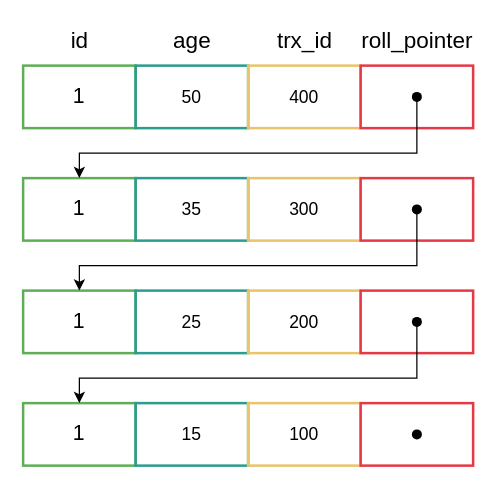
This is page "mysql-mvcc-undolog" (1 of 10) of mysql/mysql.drawio from boilingfrog/Go-POINT, a draw.io file, before an edit. Source tidied: cells renumbered, new cells numbered last; positions are measured from the earlier drawing's top-left corner, leaving out a move shared by most shapes. Both pictures are drawn from the tidied source at 125%, with x=0, y=0 at pixel (22, 21).
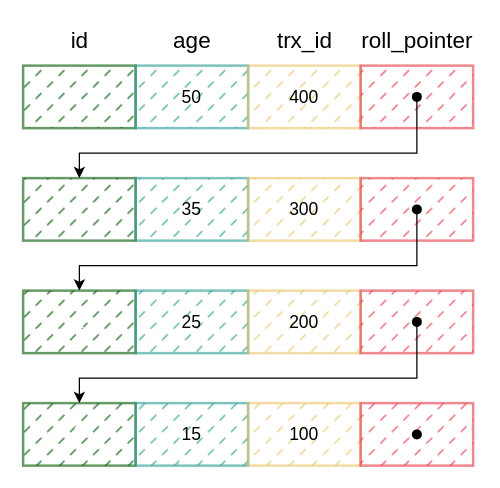
The same page after the edit.

Commit message (it also covers changes not shown here):
feat:MySQL 中的事务理解

Diff of the diagram source:
```diff
@@
-    <mxCell id="2" value="&lt;font style=&quot;font-size: 17px&quot;&gt;1&lt;/font&gt;" style="rounded=0;whiteSpace=wrap;html=1;fillStyle=dashed;fontSize=14;strokeColor=#5FAD56;strokeWidth=2;fillColor=none;" parent="1" vertex="1">
+    <mxCell id="2" value="&lt;font style=&quot;font-size: 17px&quot;&gt;1&lt;/font&gt;" style="rounded=0;whiteSpace=wrap;html=1;fillStyle=dashed;fontSize=14;strokeColor=#005700;strokeWidth=2;fillColor=#005700;fontColor=#ffffff;opacity=60;" parent="1" vertex="1">
       <mxGeometry y="35" width="90" height="50" as="geometry" />
     </mxCell>
-    <mxCell id="3" value="50" style="rounded=0;whiteSpace=wrap;html=1;fillStyle=dashed;fontSize=14;strokeColor=#2A9D8F;strokeWidth=2;fillColor=none;" parent="1" vertex="1">
+    <mxCell id="3" value="50" style="rounded=0;whiteSpace=wrap;html=1;fillStyle=dashed;fontSize=14;strokeColor=#2A9D8F;strokeWidth=2;fillColor=#2A9D8F;opacity=60;" parent="1" vertex="1">
       <mxGeometry x="90" y="35" width="90" height="50" as="geometry" />
     </mxCell>
-    <mxCell id="4" value="400" style="rounded=0;whiteSpace=wrap;html=1;fillStyle=dashed;fontSize=14;strokeColor=#E9C46A;strokeWidth=2;fillColor=none;" parent="1" vertex="1">
+    <mxCell id="4" value="400" style="rounded=0;whiteSpace=wrap;html=1;fillStyle=dashed;fontSize=14;strokeColor=#E9C46A;strokeWidth=2;fillColor=#E9C46A;opacity=60;" parent="1" vertex="1">
       <mxGeometry x="180" y="35" width="90" height="50" as="geometry" />
     </mxCell>
-    <mxCell id="5" style="rounded=0;whiteSpace=wrap;html=1;fillStyle=dashed;fontSize=14;strokeColor=#E63946;strokeWidth=2;fillColor=none;" parent="1" vertex="1">
+    <mxCell id="5" style="rounded=0;whiteSpace=wrap;html=1;fillStyle=dashed;fontSize=14;strokeColor=#E63946;strokeWidth=2;fillColor=#E63946;opacity=60;" parent="1" vertex="1">
       <mxGeometry x="270" y="35" width="90" height="50" as="geometry" />
     </mxCell>
@@
-    <mxCell id="10" value="&lt;font style=&quot;font-size: 17px&quot;&gt;1&lt;/font&gt;" style="rounded=0;whiteSpace=wrap;html=1;fillStyle=dashed;fontSize=14;strokeColor=#5FAD56;strokeWidth=2;fillColor=none;" parent="1" vertex="1">
+    <mxCell id="10" value="&lt;font style=&quot;font-size: 17px&quot;&gt;1&lt;/font&gt;" style="rounded=0;whiteSpace=wrap;html=1;fillStyle=dashed;fontSize=14;strokeColor=#005700;strokeWidth=2;fillColor=#005700;fontColor=#ffffff;opacity=60;" parent="1" vertex="1">
       <mxGeometry y="125" width="90" height="50" as="geometry" />
     </mxCell>
-    <mxCell id="11" value="35" style="rounded=0;whiteSpace=wrap;html=1;fillStyle=dashed;fontSize=14;strokeColor=#2A9D8F;strokeWidth=2;fillColor=none;" parent="1" vertex="1">
+    <mxCell id="11" value="35" style="rounded=0;whiteSpace=wrap;html=1;fillStyle=dashed;fontSize=14;strokeColor=#2A9D8F;strokeWidth=2;fillColor=#2A9D8F;opacity=60;" parent="1" vertex="1">
       <mxGeometry x="90" y="125" width="90" height="50" as="geometry" />
     </mxCell>
-    <mxCell id="12" value="300" style="rounded=0;whiteSpace=wrap;html=1;fillStyle=dashed;fontSize=14;strokeColor=#E9C46A;strokeWidth=2;fillColor=none;" parent="1" vertex="1">
+    <mxCell id="12" value="300" style="rounded=0;whiteSpace=wrap;html=1;fillStyle=dashed;fontSize=14;strokeColor=#E9C46A;strokeWidth=2;fillColor=#E9C46A;opacity=60;" parent="1" vertex="1">
       <mxGeometry x="180" y="125" width="90" height="50" as="geometry" />
     </mxCell>
-    <mxCell id="13" style="rounded=0;whiteSpace=wrap;html=1;fillStyle=dashed;fontSize=14;strokeColor=#E63946;strokeWidth=2;fillColor=none;" parent="1" vertex="1">
+    <mxCell id="13" style="rounded=0;whiteSpace=wrap;html=1;fillStyle=dashed;fontSize=14;strokeColor=#E63946;strokeWidth=2;fillColor=#E63946;opacity=60;" parent="1" vertex="1">
       <mxGeometry x="270" y="125" width="90" height="50" as="geometry" />
     </mxCell>
-    <mxCell id="14" value="&lt;font style=&quot;font-size: 17px&quot;&gt;1&lt;/font&gt;" style="rounded=0;whiteSpace=wrap;html=1;fillStyle=dashed;fontSize=14;strokeColor=#5FAD56;strokeWidth=2;fillColor=none;" parent="1" vertex="1">
+    <mxCell id="14" value="&lt;font style=&quot;font-size: 17px&quot;&gt;1&lt;/font&gt;" style="rounded=0;whiteSpace=wrap;html=1;fillStyle=dashed;fontSize=14;strokeColor=#005700;strokeWidth=2;fillColor=#005700;fontColor=#ffffff;opacity=60;" parent="1" vertex="1">
       <mxGeometry y="215" width="90" height="50" as="geometry" />
     </mxCell>
-    <mxCell id="15" value="25" style="rounded=0;whiteSpace=wrap;html=1;fillStyle=dashed;fontSize=14;strokeColor=#2A9D8F;strokeWidth=2;fillColor=none;" parent="1" vertex="1">
+    <mxCell id="15" value="25" style="rounded=0;whiteSpace=wrap;html=1;fillStyle=dashed;fontSize=14;strokeColor=#2A9D8F;strokeWidth=2;fillColor=#2A9D8F;opacity=60;" parent="1" vertex="1">
       <mxGeometry x="90" y="215" width="90" height="50" as="geometry" />
     </mxCell>
-    <mxCell id="16" value="200" style="rounded=0;whiteSpace=wrap;html=1;fillStyle=dashed;fontSize=14;strokeColor=#E9C46A;strokeWidth=2;fillColor=none;" parent="1" vertex="1">
+    <mxCell id="16" value="200" style="rounded=0;whiteSpace=wrap;html=1;fillStyle=dashed;fontSize=14;strokeColor=#E9C46A;strokeWidth=2;fillColor=#E9C46A;opacity=60;" parent="1" vertex="1">
       <mxGeometry x="180" y="215" width="90" height="50" as="geometry" />
     </mxCell>
-    <mxCell id="17" style="rounded=0;whiteSpace=wrap;html=1;fillStyle=dashed;fontSize=14;strokeColor=#E63946;strokeWidth=2;fillColor=none;" parent="1" vertex="1">
+    <mxCell id="17" style="rounded=0;whiteSpace=wrap;html=1;fillStyle=dashed;fontSize=14;strokeColor=#E63946;strokeWidth=2;fillColor=#E63946;opacity=60;" parent="1" vertex="1">
       <mxGeometry x="270" y="215" width="90" height="50" as="geometry" />
     </mxCell>
-    <mxCell id="18" value="&lt;font style=&quot;font-size: 17px&quot;&gt;1&lt;/font&gt;" style="rounded=0;whiteSpace=wrap;html=1;fillStyle=dashed;fontSize=14;strokeColor=#5FAD56;strokeWidth=2;fillColor=none;" parent="1" vertex="1">
+    <mxCell id="18" value="&lt;font style=&quot;font-size: 17px&quot;&gt;1&lt;/font&gt;" style="rounded=0;whiteSpace=wrap;html=1;fillStyle=dashed;fontSize=14;strokeColor=#005700;strokeWidth=2;fillColor=#005700;fontColor=#ffffff;opacity=60;" parent="1" vertex="1">
       <mxGeometry y="305" width="90" height="50" as="geometry" />
     </mxCell>
-    <mxCell id="19" value="15" style="rounded=0;whiteSpace=wrap;html=1;fillStyle=dashed;fontSize=14;strokeColor=#2A9D8F;strokeWidth=2;fillColor=none;" parent="1" vertex="1">
+    <mxCell id="19" value="15" style="rounded=0;whiteSpace=wrap;html=1;fillStyle=dashed;fontSize=14;strokeColor=#2A9D8F;strokeWidth=2;fillColor=#2A9D8F;opacity=60;" parent="1" vertex="1">
       <mxGeometry x="90" y="305" width="90" height="50" as="geometry" />
     </mxCell>
-    <mxCell id="20" value="100" style="rounded=0;whiteSpace=wrap;html=1;fillStyle=dashed;fontSize=14;strokeColor=#E9C46A;strokeWidth=2;fillColor=none;" parent="1" vertex="1">
+    <mxCell id="20" value="100" style="rounded=0;whiteSpace=wrap;html=1;fillStyle=dashed;fontSize=14;strokeColor=#E9C46A;strokeWidth=2;fillColor=#E9C46A;opacity=60;" parent="1" vertex="1">
       <mxGeometry x="180" y="305" width="90" height="50" as="geometry" />
     </mxCell>
-    <mxCell id="21" style="rounded=0;whiteSpace=wrap;html=1;fillStyle=dashed;fontSize=14;strokeColor=#E63946;strokeWidth=2;fillColor=none;" parent="1" vertex="1">
+    <mxCell id="21" style="rounded=0;whiteSpace=wrap;html=1;fillStyle=dashed;fontSize=14;strokeColor=#E63946;strokeWidth=2;fillColor=#E63946;opacity=60;" parent="1" vertex="1">
       <mxGeometry x="270" y="305" width="90" height="50" as="geometry" />
     </mxCell>
```
